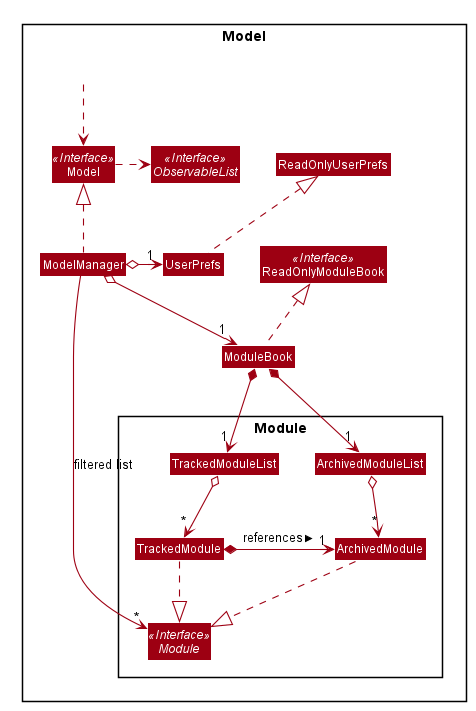
Before: docs/images/ModelClassDiagram.png, a diagram exported from PlantUML (geshuming/main). The source it was exported from:
```plantuml
@startuml








skinparam BackgroundColor #FFFFFFF

skinparam Shadowing false

skinparam Class {
    FontColor #FFFFFF
    BorderThickness 1
    BorderColor #FFFFFF
    StereotypeFontColor #FFFFFF
    FontName Arial
}

skinparam Actor {
    BorderColor #000000
    Color #000000
    FontName Arial
}

skinparam Sequence {
    MessageAlign center
    BoxFontSize 15
    BoxPadding 0
    BoxFontColor #FFFFFF
    FontName Arial
}

skinparam Participant {
    FontColor #FFFFFFF
    Padding 20
}

skinparam MinClassWidth 50
skinparam ParticipantPadding 10
skinparam Shadowing false
skinparam DefaultTextAlignment center
skinparam packageStyle Rectangle

hide footbox
hide members
hide circle
skinparam arrowThickness 1.1
skinparam arrowColor #9D0012
skinparam classBackgroundColor #9D0012

Package Model <<Rectangle>>{
Interface ReadOnlyModuleBook <<Interface>>
Interface Model <<Interface>>
Interface ObservableList <<Interface>>
Class ModuleBook
Class ReadOnlyModuleBook
Class Model
Class ModelManager
Class UserPrefs
Class ReadOnlyUserPrefs

Package Module {
Class ArchivedModule
Class ArchivedModuleList
Class TrackedModule
Class TrackedModuleList
Interface Module <<Interface>>
}

Class HiddenOutside #FFFFFF
HiddenOutside ..> Model

ModuleBook .up.|> ReadOnlyModuleBook

ModelManager .up.|> Model
Model .right.> ObservableList
ModelManager o--> "1" ModuleBook
ModelManager o-left-> "1" UserPrefs
UserPrefs .up.|> ReadOnlyUserPrefs

ModuleBook *--> "1" TrackedModuleList
TrackedModuleList o--> "*" TrackedModule
TrackedModule .down.|> Module
ModuleBook *--> "1" ArchivedModuleList
ArchivedModuleList o--> "*" ArchivedModule
TrackedModule *-right-> "1" ArchivedModule : references >
ArchivedModule .down.|> Module

ModelManager -->"*" Module : filtered list
@enduml
```
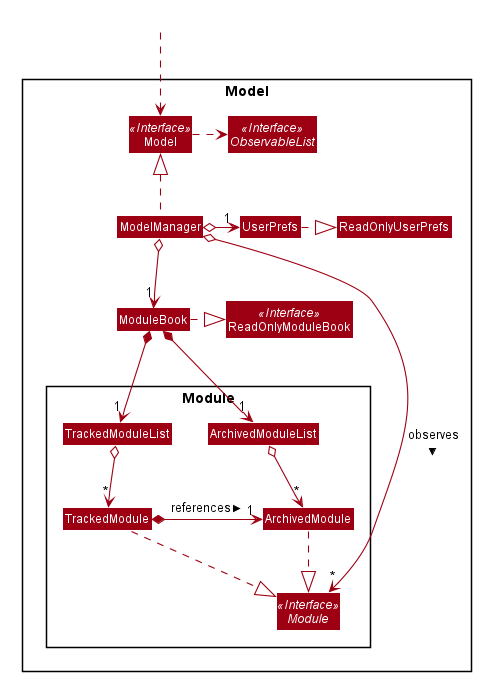
After the change.

What changed in the source:
```diff
@@ -51,6 +51,8 @@
 skinparam arrowColor #9D0012
 skinparam classBackgroundColor #9D0012
 
+Class HiddenOutside #FFFFFF
+
 Package Model <<Rectangle>>{
 Interface ReadOnlyModuleBook <<Interface>>
 Interface Model <<Interface>>
@@ -70,24 +72,23 @@
 Interface Module <<Interface>>
 }
 
-Class HiddenOutside #FFFFFF
 HiddenOutside ..> Model
 
-ModuleBook .up.|> ReadOnlyModuleBook
+ModuleBook .right.|> ReadOnlyModuleBook
 
 ModelManager .up.|> Model
 Model .right.> ObservableList
-ModelManager o--> "1" ModuleBook
-ModelManager o-left-> "1" UserPrefs
-UserPrefs .up.|> ReadOnlyUserPrefs
+ModelManager o-down-> "1" ModuleBook
+ModelManager o-right-> "1" UserPrefs
+UserPrefs .right.|> ReadOnlyUserPrefs
 
-ModuleBook *--> "1" TrackedModuleList
-TrackedModuleList o--> "*" TrackedModule
+ModuleBook *-right-> "1" TrackedModuleList
+ModuleBook *-down-> "1" ArchivedModuleList
+TrackedModuleList o-down-> "*" TrackedModule
+ArchivedModuleList o-down-> "*" ArchivedModule
+TrackedModule *-right-> "1" ArchivedModule : references >
 TrackedModule .down.|> Module
-ModuleBook *--> "1" ArchivedModuleList
-ArchivedModuleList o--> "*" ArchivedModule
-TrackedModule *-right-> "1" ArchivedModule : references >
 ArchivedModule .down.|> Module
 
-ModelManager -->"*" Module : filtered list
+ModelManager o-down->"*" Module : observes >
 @enduml
```
